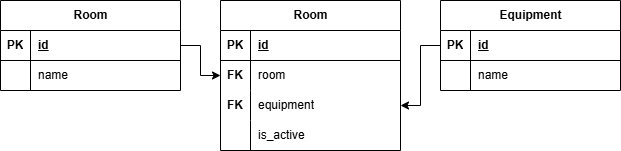
The draw.io diagram S18/erd.png in YuriSilenok/KPK_UP2_23-2P9, before a commit. Source tidied: cells renumbered, new cells last; positions are measured from the earlier drawing's top-left corner, leaving out a move shared by most shapes. The source it was exported from:
```xml
<mxGraphModel>
  <root>
    <mxCell id="0" />
    <mxCell id="1" parent="0" />
    <mxCell id="2" value="Room" style="shape=table;startSize=30;rowLines=0;fontStyle=1;align=center;html=1;" parent="1" vertex="1">
      <mxGeometry width="180" height="90" as="geometry" />
    </mxCell>
    <mxCell id="3" style="shape=tableRow;horizontal=0;startSize=0;swimlaneHead=0;swimlaneBody=0;fillColor=none;points=[[0,0.5],[1,0.5]];portConstraint=eastwest;top=0;left=0;right=0;bottom=1;" parent="2" vertex="1">
      <mxGeometry y="30" width="180" height="30" as="geometry" />
    </mxCell>
    <mxCell id="4" value="PK" style="shape=partialRectangle;fillColor=none;top=0;left=0;bottom=0;right=0;fontStyle=1;overflow=hidden;whiteSpace=wrap;html=1;" parent="3" vertex="1">
      <mxGeometry width="30" height="30" as="geometry" />
    </mxCell>
    <mxCell id="5" value="id" style="shape=partialRectangle;fillColor=none;top=0;left=0;bottom=0;right=0;align=left;spacingLeft=6;fontStyle=5;overflow=hidden;whiteSpace=wrap;html=1;" parent="3" vertex="1">
      <mxGeometry x="30" width="150" height="30" as="geometry" />
    </mxCell>
    <mxCell id="6" style="shape=tableRow;horizontal=0;startSize=0;swimlaneHead=0;swimlaneBody=0;fillColor=none;top=0;left=0;right=0;bottom=0;" parent="2" vertex="1">
      <mxGeometry y="60" width="180" height="30" as="geometry" />
    </mxCell>
    <mxCell id="7" style="shape=partialRectangle;fillColor=none;top=0;left=0;bottom=0;right=0;overflow=hidden;whiteSpace=wrap;html=1;" parent="6" vertex="1">
      <mxGeometry width="30" height="30" as="geometry" />
    </mxCell>
    <mxCell id="8" value="name" style="shape=partialRectangle;fillColor=none;top=0;left=0;bottom=0;right=0;align=left;spacingLeft=6;overflow=hidden;whiteSpace=wrap;html=1;" parent="6" vertex="1">
      <mxGeometry x="30" width="150" height="30" as="geometry" />
    </mxCell>
    <mxCell id="9" value="Equipment" style="shape=table;startSize=30;rowLines=0;fontStyle=1;align=center;html=1;" parent="1" vertex="1">
      <mxGeometry x="440" width="180" height="90" as="geometry" />
    </mxCell>
    <mxCell id="10" style="shape=tableRow;horizontal=0;startSize=0;swimlaneHead=0;swimlaneBody=0;fillColor=none;points=[[0,0.5],[1,0.5]];portConstraint=eastwest;top=0;left=0;right=0;bottom=1;" parent="9" vertex="1">
      <mxGeometry y="30" width="180" height="30" as="geometry" />
    </mxCell>
    <mxCell id="11" value="PK" style="shape=partialRectangle;fillColor=none;top=0;left=0;bottom=0;right=0;fontStyle=1;overflow=hidden;whiteSpace=wrap;html=1;" parent="10" vertex="1">
      <mxGeometry width="30" height="30" as="geometry" />
    </mxCell>
    <mxCell id="12" value="id" style="shape=partialRectangle;fillColor=none;top=0;left=0;bottom=0;right=0;align=left;spacingLeft=6;fontStyle=5;overflow=hidden;whiteSpace=wrap;html=1;" parent="10" vertex="1">
      <mxGeometry x="30" width="150" height="30" as="geometry" />
    </mxCell>
    <mxCell id="13" style="shape=tableRow;horizontal=0;startSize=0;swimlaneHead=0;swimlaneBody=0;fillColor=none;top=0;left=0;right=0;bottom=0;" parent="9" vertex="1">
      <mxGeometry y="60" width="180" height="30" as="geometry" />
    </mxCell>
    <mxCell id="14" style="shape=partialRectangle;fillColor=none;top=0;left=0;bottom=0;right=0;overflow=hidden;whiteSpace=wrap;html=1;" parent="13" vertex="1">
      <mxGeometry width="30" height="30" as="geometry" />
    </mxCell>
    <mxCell id="15" value="name" style="shape=partialRectangle;fillColor=none;top=0;left=0;bottom=0;right=0;align=left;spacingLeft=6;overflow=hidden;whiteSpace=wrap;html=1;" parent="13" vertex="1">
      <mxGeometry x="30" width="150" height="30" as="geometry" />
    </mxCell>
    <mxCell id="16" value="Room" style="shape=table;startSize=30;rowLines=0;fontStyle=1;align=center;html=1;" parent="1" vertex="1">
      <mxGeometry x="220" width="180" height="150" as="geometry" />
    </mxCell>
    <mxCell id="17" style="shape=tableRow;horizontal=0;startSize=0;swimlaneHead=0;swimlaneBody=0;fillColor=none;top=0;left=0;right=0;bottom=1;" parent="16" vertex="1">
      <mxGeometry y="30" width="180" height="30" as="geometry" />
    </mxCell>
    <mxCell id="18" value="PK" style="shape=partialRectangle;fillColor=none;top=0;left=0;bottom=0;right=0;fontStyle=1;overflow=hidden;whiteSpace=wrap;html=1;" parent="17" vertex="1">
      <mxGeometry width="30" height="30" as="geometry" />
    </mxCell>
    <mxCell id="19" value="id" style="shape=partialRectangle;fillColor=none;top=0;left=0;bottom=0;right=0;align=left;spacingLeft=6;fontStyle=5;overflow=hidden;whiteSpace=wrap;html=1;" parent="17" vertex="1">
      <mxGeometry x="30" width="150" height="30" as="geometry" />
    </mxCell>
    <mxCell id="20" style="shape=tableRow;horizontal=0;startSize=0;swimlaneHead=0;swimlaneBody=0;fillColor=none;points=[[0,0.5],[1,0.5]];portConstraint=eastwest;top=0;left=0;right=0;bottom=0;" parent="16" vertex="1">
      <mxGeometry y="60" width="180" height="30" as="geometry" />
    </mxCell>
    <mxCell id="21" value="&lt;b&gt;FK&lt;/b&gt;" style="shape=partialRectangle;fillColor=none;top=0;left=0;bottom=0;right=0;overflow=hidden;whiteSpace=wrap;html=1;" parent="20" vertex="1">
      <mxGeometry width="30" height="30" as="geometry" />
    </mxCell>
    <mxCell id="22" value="room" style="shape=partialRectangle;fillColor=none;top=0;left=0;bottom=0;right=0;align=left;spacingLeft=6;overflow=hidden;whiteSpace=wrap;html=1;" parent="20" vertex="1">
      <mxGeometry x="30" width="150" height="30" as="geometry" />
    </mxCell>
    <mxCell id="23" style="shape=tableRow;horizontal=0;startSize=0;swimlaneHead=0;swimlaneBody=0;fillColor=none;points=[[0,0.5],[1,0.5]];portConstraint=eastwest;top=0;left=0;right=0;bottom=0;" parent="16" vertex="1">
      <mxGeometry y="90" width="180" height="30" as="geometry" />
    </mxCell>
    <mxCell id="24" value="&lt;b&gt;FK&lt;/b&gt;" style="shape=partialRectangle;fillColor=none;top=0;left=0;bottom=0;right=0;overflow=hidden;whiteSpace=wrap;html=1;" parent="23" vertex="1">
      <mxGeometry width="30" height="30" as="geometry" />
    </mxCell>
    <mxCell id="25" value="equipment" style="shape=partialRectangle;fillColor=none;top=0;left=0;bottom=0;right=0;align=left;spacingLeft=6;overflow=hidden;whiteSpace=wrap;html=1;" parent="23" vertex="1">
      <mxGeometry x="30" width="150" height="30" as="geometry" />
    </mxCell>
    <mxCell id="26" style="shape=tableRow;horizontal=0;startSize=0;swimlaneHead=0;swimlaneBody=0;fillColor=none;top=0;left=0;right=0;bottom=0;" parent="16" vertex="1">
      <mxGeometry y="120" width="180" height="30" as="geometry" />
    </mxCell>
    <mxCell id="27" style="shape=partialRectangle;fillColor=none;top=0;left=0;bottom=0;right=0;overflow=hidden;whiteSpace=wrap;html=1;" parent="26" vertex="1">
      <mxGeometry width="30" height="30" as="geometry" />
    </mxCell>
    <mxCell id="28" value="is_active" style="shape=partialRectangle;fillColor=none;top=0;left=0;bottom=0;right=0;align=left;spacingLeft=6;overflow=hidden;whiteSpace=wrap;html=1;" parent="26" vertex="1">
      <mxGeometry x="30" width="150" height="30" as="geometry" />
    </mxCell>
    <mxCell id="29" style="edgeStyle=orthogonalEdgeStyle;rounded=0;jettySize=auto;html=1;exitX=1;exitY=0.5;exitDx=0;exitDy=0;" parent="1" edge="1" source="3" target="20">
      <mxGeometry relative="1" as="geometry" />
    </mxCell>
    <mxCell id="30" style="edgeStyle=orthogonalEdgeStyle;rounded=0;jettySize=auto;html=1;exitX=0;exitY=0.5;exitDx=0;exitDy=0;entryX=1;entryY=0.5;entryDx=0;entryDy=0;" parent="1" edge="1" source="10" target="23">
      <mxGeometry relative="1" as="geometry" />
    </mxCell>
  </root>
</mxGraphModel>
```
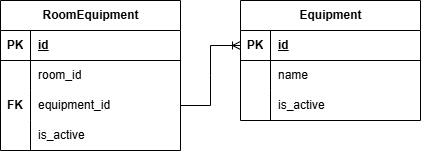
After the change.

Diff of the diagram source:
```diff
@@ -2,92 +2,77 @@
   <root>
     <mxCell id="0" />
     <mxCell id="1" parent="0" />
-    <mxCell id="2" value="Room" style="shape=table;startSize=30;rowLines=0;fontStyle=1;align=center;html=1;" parent="1" vertex="1">
-      <mxGeometry width="180" height="90" as="geometry" />
-    </mxCell>
-    <mxCell id="3" style="shape=tableRow;horizontal=0;startSize=0;swimlaneHead=0;swimlaneBody=0;fillColor=none;points=[[0,0.5],[1,0.5]];portConstraint=eastwest;top=0;left=0;right=0;bottom=1;" parent="2" vertex="1">
-      <mxGeometry y="30" width="180" height="30" as="geometry" />
-    </mxCell>
-    <mxCell id="4" value="PK" style="shape=partialRectangle;fillColor=none;top=0;left=0;bottom=0;right=0;fontStyle=1;overflow=hidden;whiteSpace=wrap;html=1;" parent="3" vertex="1">
-      <mxGeometry width="30" height="30" as="geometry" />
-    </mxCell>
-    <mxCell id="5" value="id" style="shape=partialRectangle;fillColor=none;top=0;left=0;bottom=0;right=0;align=left;spacingLeft=6;fontStyle=5;overflow=hidden;whiteSpace=wrap;html=1;" parent="3" vertex="1">
-      <mxGeometry x="30" width="150" height="30" as="geometry" />
-    </mxCell>
-    <mxCell id="6" style="shape=tableRow;horizontal=0;startSize=0;swimlaneHead=0;swimlaneBody=0;fillColor=none;top=0;left=0;right=0;bottom=0;" parent="2" vertex="1">
-      <mxGeometry y="60" width="180" height="30" as="geometry" />
-    </mxCell>
-    <mxCell id="7" style="shape=partialRectangle;fillColor=none;top=0;left=0;bottom=0;right=0;overflow=hidden;whiteSpace=wrap;html=1;" parent="6" vertex="1">
-      <mxGeometry width="30" height="30" as="geometry" />
-    </mxCell>
-    <mxCell id="8" value="name" style="shape=partialRectangle;fillColor=none;top=0;left=0;bottom=0;right=0;align=left;spacingLeft=6;overflow=hidden;whiteSpace=wrap;html=1;" parent="6" vertex="1">
-      <mxGeometry x="30" width="150" height="30" as="geometry" />
-    </mxCell>
+    <mxCell id="31" value="RoomEquipment" style="shape=table;startSize=30;rowLines=0;fontStyle=1;align=center;html=1;" parent="1" vertex="1">
+      <mxGeometry x="200" width="180" height="150" as="geometry" />
+    </mxCell>
+    <mxCell id="32" style="shape=tableRow;horizontal=0;startSize=0;swimlaneHead=0;swimlaneBody=0;fillColor=none;top=0;left=0;right=0;bottom=1;" parent="31" vertex="1">
+      <mxGeometry y="30" width="180" height="30" as="geometry" />
+    </mxCell>
+    <mxCell id="33" value="PK" style="shape=partialRectangle;fillColor=none;top=0;left=0;bottom=0;right=0;fontStyle=1;overflow=hidden;whiteSpace=wrap;html=1;" parent="32" vertex="1">
+      <mxGeometry width="30" height="30" as="geometry" />
+    </mxCell>
+    <mxCell id="34" value="id" style="shape=partialRectangle;fillColor=none;top=0;left=0;bottom=0;right=0;align=left;spacingLeft=6;fontStyle=5;overflow=hidden;whiteSpace=wrap;html=1;" parent="32" vertex="1">
+      <mxGeometry x="30" width="150" height="30" as="geometry" />
+    </mxCell>
+    <mxCell id="35" style="shape=tableRow;horizontal=0;startSize=0;swimlaneHead=0;swimlaneBody=0;fillColor=none;top=0;left=0;right=0;bottom=0;" parent="31" vertex="1">
+      <mxGeometry y="60" width="180" height="30" as="geometry" />
+    </mxCell>
+    <mxCell id="36" style="shape=partialRectangle;fillColor=none;top=0;left=0;bottom=0;right=0;overflow=hidden;whiteSpace=wrap;html=1;" parent="35" vertex="1">
+      <mxGeometry width="30" height="30" as="geometry" />
+    </mxCell>
+    <mxCell id="37" value="room_id" style="shape=partialRectangle;fillColor=none;top=0;left=0;bottom=0;right=0;align=left;spacingLeft=6;overflow=hidden;whiteSpace=wrap;html=1;" parent="35" vertex="1">
+      <mxGeometry x="30" width="150" height="30" as="geometry" />
+    </mxCell>
+    <mxCell id="38" style="shape=tableRow;horizontal=0;startSize=0;swimlaneHead=0;swimlaneBody=0;fillColor=none;points=[[0,0.5],[1,0.5]];portConstraint=eastwest;top=0;left=0;right=0;bottom=0;" parent="31" vertex="1">
+      <mxGeometry y="90" width="180" height="30" as="geometry" />
+    </mxCell>
+    <mxCell id="39" value="&lt;b&gt;FK&lt;/b&gt;" style="shape=partialRectangle;fillColor=none;top=0;left=0;bottom=0;right=0;overflow=hidden;whiteSpace=wrap;html=1;" parent="38" vertex="1">
+      <mxGeometry width="30" height="30" as="geometry" />
+    </mxCell>
+    <mxCell id="40" value="equipment_id" style="shape=partialRectangle;fillColor=none;top=0;left=0;bottom=0;right=0;align=left;spacingLeft=6;overflow=hidden;whiteSpace=wrap;html=1;" parent="38" vertex="1">
+      <mxGeometry x="30" width="150" height="30" as="geometry" />
+    </mxCell>
+    <mxCell id="26" style="shape=tableRow;horizontal=0;startSize=0;swimlaneHead=0;swimlaneBody=0;fillColor=none;top=0;left=0;right=0;bottom=0;" parent="31" vertex="1">
+      <mxGeometry y="120" width="180" height="30" as="geometry" />
+    </mxCell>
+    <mxCell id="41" style="shape=partialRectangle;fillColor=none;top=0;left=0;bottom=0;right=0;overflow=hidden;whiteSpace=wrap;html=1;" parent="26" vertex="1">
+      <mxGeometry width="30" height="30" as="geometry" />
+    </mxCell>
+    <mxCell id="42" value="is_active" style="shape=partialRectangle;fillColor=none;top=0;left=0;bottom=0;right=0;align=left;spacingLeft=6;overflow=hidden;whiteSpace=wrap;html=1;" parent="26" vertex="1">
+      <mxGeometry x="30" width="150" height="30" as="geometry" />
+    </mxCell>
     <mxCell id="9" value="Equipment" style="shape=table;startSize=30;rowLines=0;fontStyle=1;align=center;html=1;" parent="1" vertex="1">
-      <mxGeometry x="440" width="180" height="90" as="geometry" />
+      <mxGeometry x="440" width="180" height="120" as="geometry" />
     </mxCell>
-    <mxCell id="10" style="shape=tableRow;horizontal=0;startSize=0;swimlaneHead=0;swimlaneBody=0;fillColor=none;points=[[0,0.5],[1,0.5]];portConstraint=eastwest;top=0;left=0;right=0;bottom=1;" parent="9" vertex="1">
-      <mxGeometry y="30" width="180" height="30" as="geometry" />
-    </mxCell>
-    <mxCell id="11" value="PK" style="shape=partialRectangle;fillColor=none;top=0;left=0;bottom=0;right=0;fontStyle=1;overflow=hidden;whiteSpace=wrap;html=1;" parent="10" vertex="1">
-      <mxGeometry width="30" height="30" as="geometry" />
-    </mxCell>
-    <mxCell id="12" value="id" style="shape=partialRectangle;fillColor=none;top=0;left=0;bottom=0;right=0;align=left;spacingLeft=6;fontStyle=5;overflow=hidden;whiteSpace=wrap;html=1;" parent="10" vertex="1">
-      <mxGeometry x="30" width="150" height="30" as="geometry" />
-    </mxCell>
-    <mxCell id="13" style="shape=tableRow;horizontal=0;startSize=0;swimlaneHead=0;swimlaneBody=0;fillColor=none;top=0;left=0;right=0;bottom=0;" parent="9" vertex="1">
-      <mxGeometry y="60" width="180" height="30" as="geometry" />
-    </mxCell>
-    <mxCell id="14" style="shape=partialRectangle;fillColor=none;top=0;left=0;bottom=0;right=0;overflow=hidden;whiteSpace=wrap;html=1;" parent="13" vertex="1">
-      <mxGeometry width="30" height="30" as="geometry" />
-    </mxCell>
-    <mxCell id="15" value="name" style="shape=partialRectangle;fillColor=none;top=0;left=0;bottom=0;right=0;align=left;spacingLeft=6;overflow=hidden;whiteSpace=wrap;html=1;" parent="13" vertex="1">
-      <mxGeometry x="30" width="150" height="30" as="geometry" />
-    </mxCell>
-    <mxCell id="16" value="Room" style="shape=table;startSize=30;rowLines=0;fontStyle=1;align=center;html=1;" parent="1" vertex="1">
-      <mxGeometry x="220" width="180" height="150" as="geometry" />
-    </mxCell>
-    <mxCell id="17" style="shape=tableRow;horizontal=0;startSize=0;swimlaneHead=0;swimlaneBody=0;fillColor=none;top=0;left=0;right=0;bottom=1;" parent="16" vertex="1">
-      <mxGeometry y="30" width="180" height="30" as="geometry" />
-    </mxCell>
-    <mxCell id="18" value="PK" style="shape=partialRectangle;fillColor=none;top=0;left=0;bottom=0;right=0;fontStyle=1;overflow=hidden;whiteSpace=wrap;html=1;" parent="17" vertex="1">
-      <mxGeometry width="30" height="30" as="geometry" />
-    </mxCell>
-    <mxCell id="19" value="id" style="shape=partialRectangle;fillColor=none;top=0;left=0;bottom=0;right=0;align=left;spacingLeft=6;fontStyle=5;overflow=hidden;whiteSpace=wrap;html=1;" parent="17" vertex="1">
-      <mxGeometry x="30" width="150" height="30" as="geometry" />
-    </mxCell>
-    <mxCell id="20" style="shape=tableRow;horizontal=0;startSize=0;swimlaneHead=0;swimlaneBody=0;fillColor=none;points=[[0,0.5],[1,0.5]];portConstraint=eastwest;top=0;left=0;right=0;bottom=0;" parent="16" vertex="1">
-      <mxGeometry y="60" width="180" height="30" as="geometry" />
-    </mxCell>
-    <mxCell id="21" value="&lt;b&gt;FK&lt;/b&gt;" style="shape=partialRectangle;fillColor=none;top=0;left=0;bottom=0;right=0;overflow=hidden;whiteSpace=wrap;html=1;" parent="20" vertex="1">
-      <mxGeometry width="30" height="30" as="geometry" />
-    </mxCell>
-    <mxCell id="22" value="room" style="shape=partialRectangle;fillColor=none;top=0;left=0;bottom=0;right=0;align=left;spacingLeft=6;overflow=hidden;whiteSpace=wrap;html=1;" parent="20" vertex="1">
-      <mxGeometry x="30" width="150" height="30" as="geometry" />
-    </mxCell>
-    <mxCell id="23" style="shape=tableRow;horizontal=0;startSize=0;swimlaneHead=0;swimlaneBody=0;fillColor=none;points=[[0,0.5],[1,0.5]];portConstraint=eastwest;top=0;left=0;right=0;bottom=0;" parent="16" vertex="1">
-      <mxGeometry y="90" width="180" height="30" as="geometry" />
-    </mxCell>
-    <mxCell id="24" value="&lt;b&gt;FK&lt;/b&gt;" style="shape=partialRectangle;fillColor=none;top=0;left=0;bottom=0;right=0;overflow=hidden;whiteSpace=wrap;html=1;" parent="23" vertex="1">
-      <mxGeometry width="30" height="30" as="geometry" />
-    </mxCell>
-    <mxCell id="25" value="equipment" style="shape=partialRectangle;fillColor=none;top=0;left=0;bottom=0;right=0;align=left;spacingLeft=6;overflow=hidden;whiteSpace=wrap;html=1;" parent="23" vertex="1">
-      <mxGeometry x="30" width="150" height="30" as="geometry" />
-    </mxCell>
-    <mxCell id="26" style="shape=tableRow;horizontal=0;startSize=0;swimlaneHead=0;swimlaneBody=0;fillColor=none;top=0;left=0;right=0;bottom=0;" parent="16" vertex="1">
-      <mxGeometry y="120" width="180" height="30" as="geometry" />
-    </mxCell>
-    <mxCell id="27" style="shape=partialRectangle;fillColor=none;top=0;left=0;bottom=0;right=0;overflow=hidden;whiteSpace=wrap;html=1;" parent="26" vertex="1">
-      <mxGeometry width="30" height="30" as="geometry" />
-    </mxCell>
-    <mxCell id="28" value="is_active" style="shape=partialRectangle;fillColor=none;top=0;left=0;bottom=0;right=0;align=left;spacingLeft=6;overflow=hidden;whiteSpace=wrap;html=1;" parent="26" vertex="1">
-      <mxGeometry x="30" width="150" height="30" as="geometry" />
-    </mxCell>
-    <mxCell id="29" style="edgeStyle=orthogonalEdgeStyle;rounded=0;jettySize=auto;html=1;exitX=1;exitY=0.5;exitDx=0;exitDy=0;" parent="1" edge="1" source="3" target="20">
-      <mxGeometry relative="1" as="geometry" />
-    </mxCell>
-    <mxCell id="30" style="edgeStyle=orthogonalEdgeStyle;rounded=0;jettySize=auto;html=1;exitX=0;exitY=0.5;exitDx=0;exitDy=0;entryX=1;entryY=0.5;entryDx=0;entryDy=0;" parent="1" edge="1" source="10" target="23">
-      <mxGeometry relative="1" as="geometry" />
-    </mxCell>
+    <mxCell id="43" style="shape=tableRow;horizontal=0;startSize=0;swimlaneHead=0;swimlaneBody=0;fillColor=none;points=[[0,0.5],[1,0.5]];portConstraint=eastwest;top=0;left=0;right=0;bottom=1;" parent="9" vertex="1">
+      <mxGeometry y="30" width="180" height="30" as="geometry" />
+    </mxCell>
+    <mxCell id="44" value="PK" style="shape=partialRectangle;fillColor=none;top=0;left=0;bottom=0;right=0;fontStyle=1;overflow=hidden;whiteSpace=wrap;html=1;" parent="43" vertex="1">
+      <mxGeometry width="30" height="30" as="geometry" />
+    </mxCell>
+    <mxCell id="45" value="id" style="shape=partialRectangle;fillColor=none;top=0;left=0;bottom=0;right=0;align=left;spacingLeft=6;fontStyle=5;overflow=hidden;whiteSpace=wrap;html=1;" parent="43" vertex="1">
+      <mxGeometry x="30" width="150" height="30" as="geometry" />
+    </mxCell>
+    <mxCell id="46" style="shape=tableRow;horizontal=0;startSize=0;swimlaneHead=0;swimlaneBody=0;fillColor=none;top=0;left=0;right=0;bottom=0;" parent="9" vertex="1">
+      <mxGeometry y="60" width="180" height="30" as="geometry" />
+    </mxCell>
+    <mxCell id="47" style="shape=partialRectangle;fillColor=none;top=0;left=0;bottom=0;right=0;overflow=hidden;whiteSpace=wrap;html=1;" parent="46" vertex="1">
+      <mxGeometry width="30" height="30" as="geometry" />
+    </mxCell>
+    <mxCell id="48" value="name" style="shape=partialRectangle;fillColor=none;top=0;left=0;bottom=0;right=0;align=left;spacingLeft=6;overflow=hidden;whiteSpace=wrap;html=1;" parent="46" vertex="1">
+      <mxGeometry x="30" width="150" height="30" as="geometry" />
+    </mxCell>
+    <mxCell id="49" style="shape=tableRow;horizontal=0;startSize=0;swimlaneHead=0;swimlaneBody=0;fillColor=none;top=0;left=0;right=0;bottom=0;" parent="9" vertex="1">
+      <mxGeometry y="90" width="180" height="30" as="geometry" />
+    </mxCell>
+    <mxCell id="50" style="shape=partialRectangle;fillColor=none;top=0;left=0;bottom=0;right=0;overflow=hidden;whiteSpace=wrap;html=1;" parent="49" vertex="1">
+      <mxGeometry width="30" height="30" as="geometry" />
+    </mxCell>
+    <mxCell id="51" value="is_active" style="shape=partialRectangle;fillColor=none;top=0;left=0;bottom=0;right=0;align=left;spacingLeft=6;overflow=hidden;whiteSpace=wrap;html=1;" parent="49" vertex="1">
+      <mxGeometry x="30" width="150" height="30" as="geometry" />
+    </mxCell>
+    <mxCell id="52" style="edgeStyle=entityRelationEdgeStyle;fontSize=12;html=1;endArrow=ERoneToMany;rounded=0;" parent="1" edge="1" source="38" target="43">
+      <mxGeometry relative="1" as="geometry" />
+    </mxCell>
   </root>
 </mxGraphModel>
```
